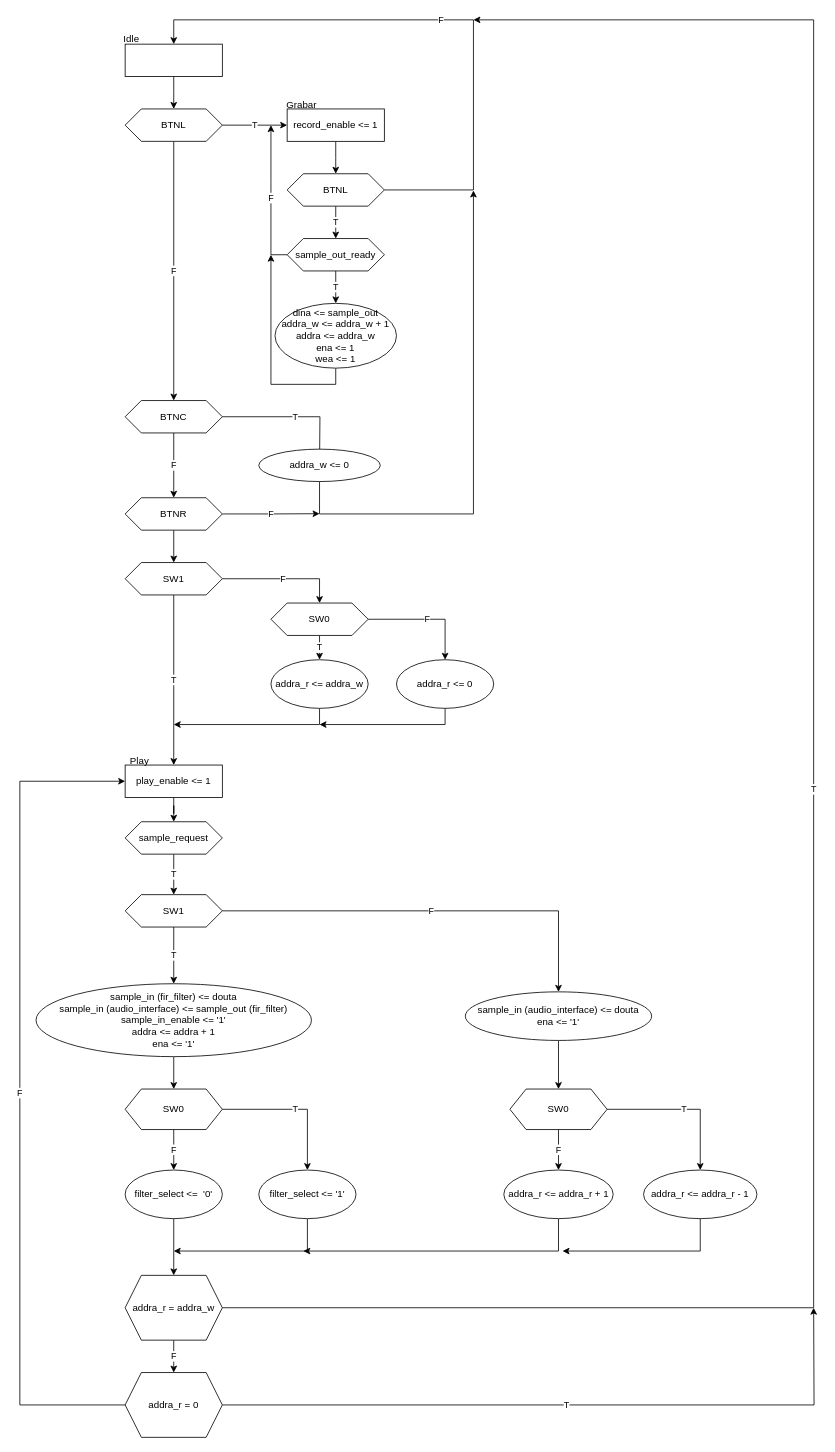
Earlier version of the draw.io diagram Diagrama Controlador.drawio (crbgx/DSED-2021). Source tidied: cells renumbered, new cells numbered last; positions are measured from the earlier drawing's top-left corner, leaving out a move shared by most shapes. Both pictures are drawn from the tidied source at 81%, with x=0, y=0 at pixel (19, 19).
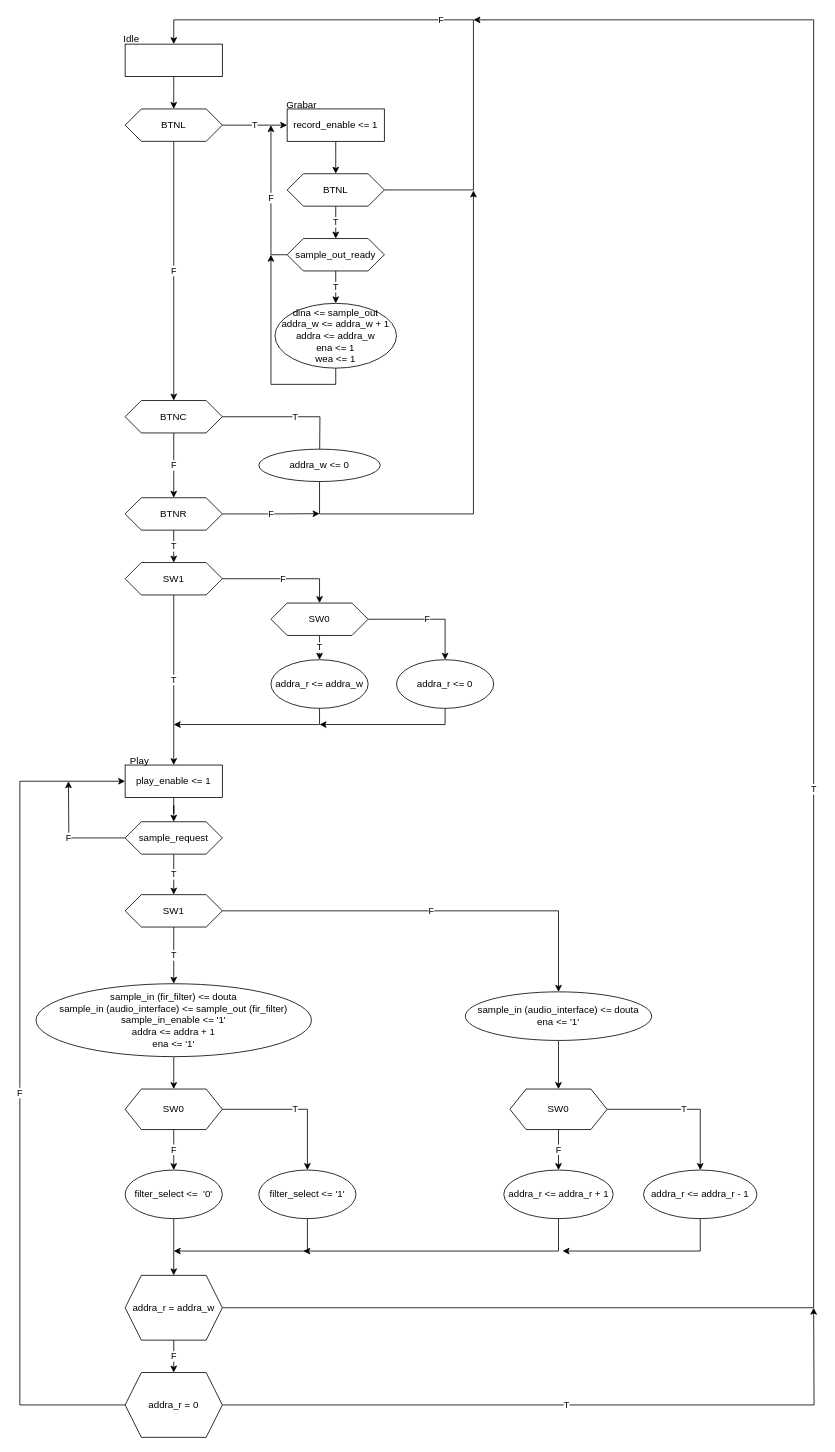
After the change.

Commit message:
Mini cambios diagrama controlador

Unchanged cells that the change refers to:
```xml
<mxCell id="26" value="BTNR" style="shape=hexagon;perimeter=hexagonPerimeter2;whiteSpace=wrap;html=1;fixedSize=1;" parent="1" vertex="1">
  <mxGeometry x="130" y="590" width="120" height="40" as="geometry" />
</mxCell>
<mxCell id="31" value="sample_request" style="shape=hexagon;perimeter=hexagonPerimeter2;whiteSpace=wrap;html=1;fixedSize=1;" parent="1" vertex="1">
  <mxGeometry x="130" y="990" width="120" height="40" as="geometry" />
</mxCell>
<mxCell id="55" value="SW1" style="shape=hexagon;perimeter=hexagonPerimeter2;whiteSpace=wrap;html=1;fixedSize=1;" parent="1" vertex="1">
  <mxGeometry x="130" y="670" width="120" height="40" as="geometry" />
</mxCell>
```

The edit, as a diff of the source:
```diff
@@
-    <mxCell id="25" style="edgeStyle=orthogonalEdgeStyle;rounded=0;jettySize=auto;html=1;" parent="1" edge="1" source="26" target="55">
+    <mxCell id="25" value="T" style="edgeStyle=orthogonalEdgeStyle;rounded=0;jettySize=auto;html=1;" parent="1" edge="1" source="26" target="55">
       <mxGeometry relative="1" as="geometry" />
     </mxCell>
@@
+    <mxCell id="69" value="F" style="edgeStyle=orthogonalEdgeStyle;rounded=0;jettySize=auto;html=1;exitX=0;exitY=0.5;exitDx=0;exitDy=0;" parent="1" edge="1" source="31">
+      <mxGeometry relative="1" as="geometry">
+        <mxPoint x="60" y="940" as="targetPoint" />
+      </mxGeometry>
+    </mxCell>
```
